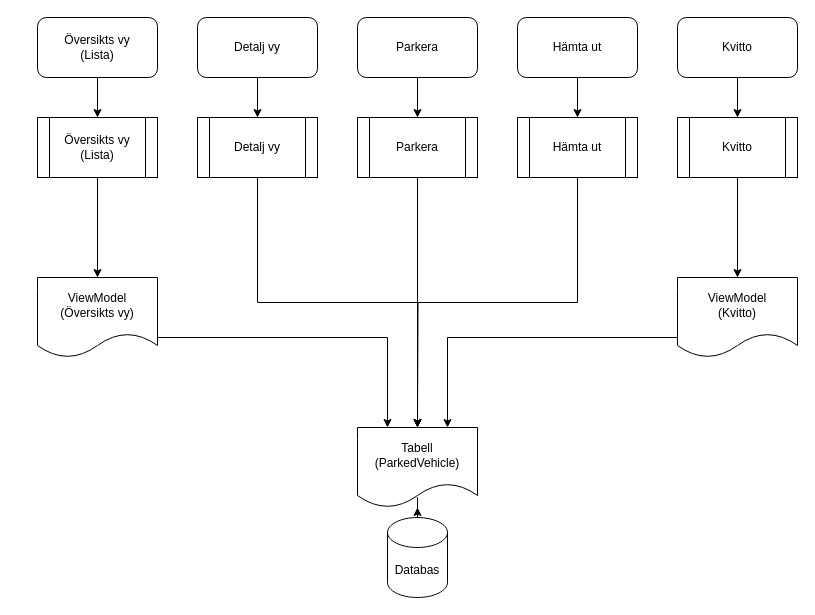
This is Overview.drawio from dornax/Ovning_14, a draw.io file, before an edit. Source tidied: cells renumbered, new cells numbered last; positions are measured from the earlier drawing's top-left corner, leaving out a move shared by most shapes. Both pictures are drawn from the tidied source at 100%, with x=0, y=0 at pixel (37, 17).
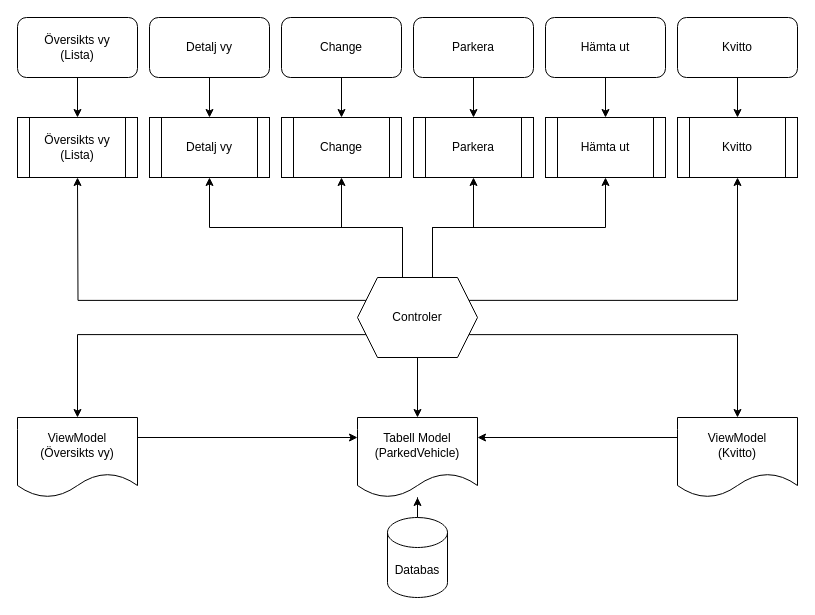
After the change.

The change refers to these unchanged cells:
```xml
<mxCell id="24" value="Kvitto" style="shape=process;whiteSpace=wrap;html=1;" parent="1" vertex="1">
  <mxGeometry x="640" y="100" width="120" height="60" as="geometry" />
</mxCell>
```

What changed in the source:
```diff
@@
     <mxCell id="3" value="Översikts vy&lt;br&gt;(Lista)" style="rounded=1;whiteSpace=wrap;html=1;" parent="1" vertex="1">
-      <mxGeometry width="120" height="60" as="geometry" />
+      <mxGeometry x="-20" width="120" height="60" as="geometry" />
     </mxCell>
@@
     <mxCell id="5" value="Detalj vy" style="rounded=1;whiteSpace=wrap;html=1;" parent="1" vertex="1">
-      <mxGeometry x="160" width="120" height="60" as="geometry" />
+      <mxGeometry x="112" width="120" height="60" as="geometry" />
     </mxCell>
@@
     <mxCell id="7" value="Parkera" style="rounded=1;whiteSpace=wrap;html=1;" parent="1" vertex="1">
-      <mxGeometry x="320" width="120" height="60" as="geometry" />
+      <mxGeometry x="376" width="120" height="60" as="geometry" />
     </mxCell>
@@
     <mxCell id="9" value="Hämta ut" style="rounded=1;whiteSpace=wrap;html=1;" parent="1" vertex="1">
-      <mxGeometry x="480" width="120" height="60" as="geometry" />
+      <mxGeometry x="508" width="120" height="60" as="geometry" />
     </mxCell>
@@
-    <mxCell id="14" value="Tabell&lt;br&gt;(ParkedVehicle)" style="shape=document;whiteSpace=wrap;html=1;boundedLbl=1;" parent="1" vertex="1">
-      <mxGeometry x="320" y="410" width="120" height="80" as="geometry" />
+    <mxCell id="14" value="Tabell Model&lt;br&gt;(ParkedVehicle)" style="shape=document;whiteSpace=wrap;html=1;boundedLbl=1;" parent="1" vertex="1">
+      <mxGeometry x="320" y="400" width="120" height="80" as="geometry" />
     </mxCell>
-    <mxCell id="15" style="edgeStyle=orthogonalEdgeStyle;rounded=0;jettySize=auto;html=1;exitX=0.5;exitY=1;exitDx=0;exitDy=0;entryX=0.5;entryY=0;entryDx=0;entryDy=0;" parent="1" edge="1" source="16" target="26">
-      <mxGeometry relative="1" as="geometry" />
-    </mxCell>
     <mxCell id="16" value="Översikts vy&lt;br&gt;(Lista)" style="shape=process;whiteSpace=wrap;html=1;" parent="1" vertex="1">
-      <mxGeometry y="100" width="120" height="60" as="geometry" />
+      <mxGeometry x="-20" y="100" width="120" height="60" as="geometry" />
     </mxCell>
-    <mxCell id="17" style="edgeStyle=orthogonalEdgeStyle;rounded=0;jettySize=auto;html=1;exitX=0.5;exitY=1;exitDx=0;exitDy=0;" parent="1" edge="1" source="18">
-      <mxGeometry relative="1" as="geometry">
-        <mxPoint x="380" y="410" as="targetPoint" />
-      </mxGeometry>
-    </mxCell>
     <mxCell id="18" value="Detalj vy" style="shape=process;whiteSpace=wrap;html=1;" parent="1" vertex="1">
-      <mxGeometry x="160" y="100" width="120" height="60" as="geometry" />
+      <mxGeometry x="112" y="100" width="120" height="60" as="geometry" />
     </mxCell>
-    <mxCell id="19" style="edgeStyle=orthogonalEdgeStyle;rounded=0;jettySize=auto;html=1;exitX=0.5;exitY=1;exitDx=0;exitDy=0;entryX=0.5;entryY=0;entryDx=0;entryDy=0;" parent="1" edge="1" source="20" target="14">
-      <mxGeometry relative="1" as="geometry" />
-    </mxCell>
     <mxCell id="20" value="Parkera" style="shape=process;whiteSpace=wrap;html=1;" parent="1" vertex="1">
-      <mxGeometry x="320" y="100" width="120" height="60" as="geometry" />
+      <mxGeometry x="376" y="100" width="120" height="60" as="geometry" />
     </mxCell>
-    <mxCell id="21" style="edgeStyle=orthogonalEdgeStyle;rounded=0;jettySize=auto;html=1;exitX=0.5;exitY=1;exitDx=0;exitDy=0;" parent="1" edge="1" source="22" target="14">
-      <mxGeometry relative="1" as="geometry" />
-    </mxCell>
     <mxCell id="22" value="Hämta ut" style="shape=process;whiteSpace=wrap;html=1;" parent="1" vertex="1">
-      <mxGeometry x="480" y="100" width="120" height="60" as="geometry" />
+      <mxGeometry x="508" y="100" width="120" height="60" as="geometry" />
     </mxCell>
-    <mxCell id="23" style="edgeStyle=orthogonalEdgeStyle;rounded=0;jettySize=auto;html=1;exitX=0.5;exitY=1;exitDx=0;exitDy=0;entryX=0.5;entryY=0;entryDx=0;entryDy=0;" parent="1" edge="1" source="24" target="28">
-      <mxGeometry relative="1" as="geometry" />
-    </mxCell>
@@
-    <mxCell id="25" style="edgeStyle=orthogonalEdgeStyle;rounded=0;jettySize=auto;html=1;exitX=1;exitY=0.75;exitDx=0;exitDy=0;entryX=0.25;entryY=0;entryDx=0;entryDy=0;" parent="1" edge="1" source="26" target="14">
+    <mxCell id="25" style="edgeStyle=orthogonalEdgeStyle;rounded=0;jettySize=auto;html=1;exitX=1;exitY=0.25;exitDx=0;exitDy=0;entryX=0;entryY=0.25;entryDx=0;entryDy=0;" parent="1" edge="1" source="26" target="14">
       <mxGeometry relative="1" as="geometry" />
     </mxCell>
     <mxCell id="26" value="ViewModel&lt;br&gt;(Översikts vy)" style="shape=document;whiteSpace=wrap;html=1;boundedLbl=1;" parent="1" vertex="1">
-      <mxGeometry y="260" width="120" height="80" as="geometry" />
+      <mxGeometry x="-20" y="400" width="120" height="80" as="geometry" />
     </mxCell>
-    <mxCell id="27" style="edgeStyle=orthogonalEdgeStyle;rounded=0;jettySize=auto;html=1;exitX=0;exitY=0.75;exitDx=0;exitDy=0;entryX=0.75;entryY=0;entryDx=0;entryDy=0;" parent="1" edge="1" source="28" target="14">
+    <mxCell id="27" style="edgeStyle=orthogonalEdgeStyle;rounded=0;jettySize=auto;html=1;exitX=0;exitY=0.25;exitDx=0;exitDy=0;entryX=1;entryY=0.25;entryDx=0;entryDy=0;" parent="1" edge="1" source="28" target="14">
       <mxGeometry relative="1" as="geometry" />
     </mxCell>
     <mxCell id="28" value="ViewModel&lt;br&gt;(Kvitto)" style="shape=document;whiteSpace=wrap;html=1;boundedLbl=1;" parent="1" vertex="1">
-      <mxGeometry x="640" y="260" width="120" height="80" as="geometry" />
+      <mxGeometry x="640" y="400" width="120" height="80" as="geometry" />
     </mxCell>
+    <mxCell id="29" style="edgeStyle=orthogonalEdgeStyle;rounded=0;jettySize=auto;html=1;entryX=0.5;entryY=0;entryDx=0;entryDy=0;" parent="1" edge="1" source="30" target="31">
+      <mxGeometry relative="1" as="geometry" />
+    </mxCell>
+    <mxCell id="30" value="Change" style="rounded=1;whiteSpace=wrap;html=1;" parent="1" vertex="1">
+      <mxGeometry x="244" width="120" height="60" as="geometry" />
+    </mxCell>
+    <mxCell id="31" value="Change" style="shape=process;whiteSpace=wrap;html=1;" parent="1" vertex="1">
+      <mxGeometry x="244" y="100" width="120" height="60" as="geometry" />
+    </mxCell>
+    <mxCell id="32" style="edgeStyle=orthogonalEdgeStyle;rounded=0;jettySize=auto;html=1;exitX=0;exitY=0.25;exitDx=0;exitDy=0;" parent="1" edge="1" source="41">
+      <mxGeometry relative="1" as="geometry">
+        <mxPoint x="40" y="160" as="targetPoint" />
+      </mxGeometry>
+    </mxCell>
+    <mxCell id="33" style="edgeStyle=orthogonalEdgeStyle;rounded=0;jettySize=auto;html=1;exitX=0;exitY=0.75;exitDx=0;exitDy=0;entryX=0.5;entryY=0;entryDx=0;entryDy=0;" parent="1" edge="1" source="41" target="26">
+      <mxGeometry relative="1" as="geometry" />
+    </mxCell>
+    <mxCell id="34" style="edgeStyle=orthogonalEdgeStyle;rounded=0;jettySize=auto;html=1;exitX=0.375;exitY=0;exitDx=0;exitDy=0;entryX=0.5;entryY=1;entryDx=0;entryDy=0;" parent="1" edge="1" source="41" target="18">
+      <mxGeometry relative="1" as="geometry" />
+    </mxCell>
+    <mxCell id="35" style="edgeStyle=orthogonalEdgeStyle;rounded=0;jettySize=auto;html=1;exitX=0.375;exitY=0;exitDx=0;exitDy=0;entryX=0.5;entryY=1;entryDx=0;entryDy=0;" parent="1" edge="1" source="41" target="31">
+      <mxGeometry relative="1" as="geometry" />
+    </mxCell>
+    <mxCell id="36" style="edgeStyle=orthogonalEdgeStyle;rounded=0;jettySize=auto;html=1;exitX=0.625;exitY=0;exitDx=0;exitDy=0;entryX=0.5;entryY=1;entryDx=0;entryDy=0;" parent="1" edge="1" source="41" target="22">
+      <mxGeometry relative="1" as="geometry" />
+    </mxCell>
+    <mxCell id="37" style="edgeStyle=orthogonalEdgeStyle;rounded=0;jettySize=auto;html=1;exitX=0.625;exitY=0;exitDx=0;exitDy=0;entryX=0.5;entryY=1;entryDx=0;entryDy=0;" parent="1" edge="1" source="41" target="20">
+      <mxGeometry relative="1" as="geometry" />
+    </mxCell>
+    <mxCell id="38" style="edgeStyle=orthogonalEdgeStyle;rounded=0;jettySize=auto;html=1;exitX=1;exitY=0.25;exitDx=0;exitDy=0;entryX=0.5;entryY=1;entryDx=0;entryDy=0;" parent="1" edge="1" source="41" target="24">
+      <mxGeometry relative="1" as="geometry" />
+    </mxCell>
+    <mxCell id="39" style="edgeStyle=orthogonalEdgeStyle;rounded=0;jettySize=auto;html=1;exitX=1;exitY=0.75;exitDx=0;exitDy=0;entryX=0.5;entryY=0;entryDx=0;entryDy=0;" parent="1" edge="1" source="41" target="28">
+      <mxGeometry relative="1" as="geometry" />
+    </mxCell>
+    <mxCell id="40" style="edgeStyle=orthogonalEdgeStyle;rounded=0;jettySize=auto;html=1;exitX=0.5;exitY=1;exitDx=0;exitDy=0;" parent="1" edge="1" source="41" target="14">
+      <mxGeometry relative="1" as="geometry" />
+    </mxCell>
+    <mxCell id="41" value="Controler" style="shape=hexagon;perimeter=hexagonPerimeter2;whiteSpace=wrap;html=1;fixedSize=1;" parent="1" vertex="1">
+      <mxGeometry x="320" y="260" width="120" height="80" as="geometry" />
+    </mxCell>
```
